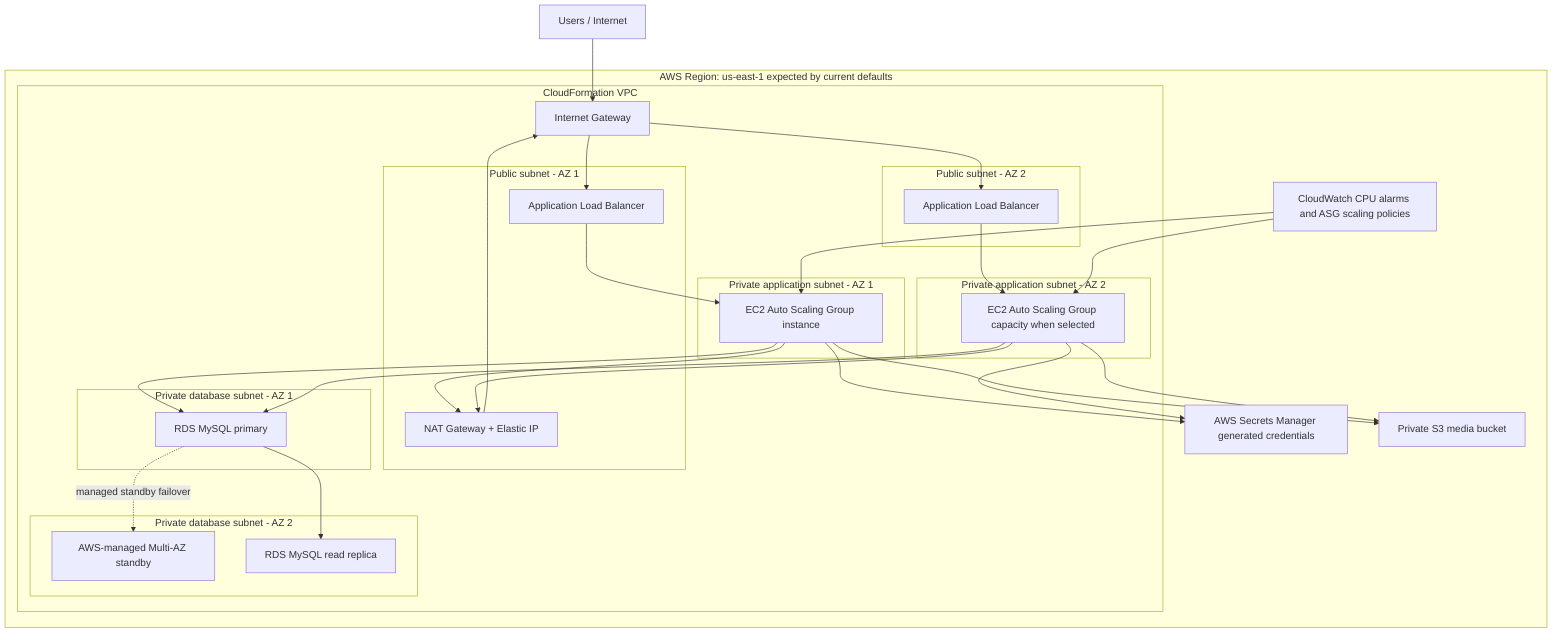
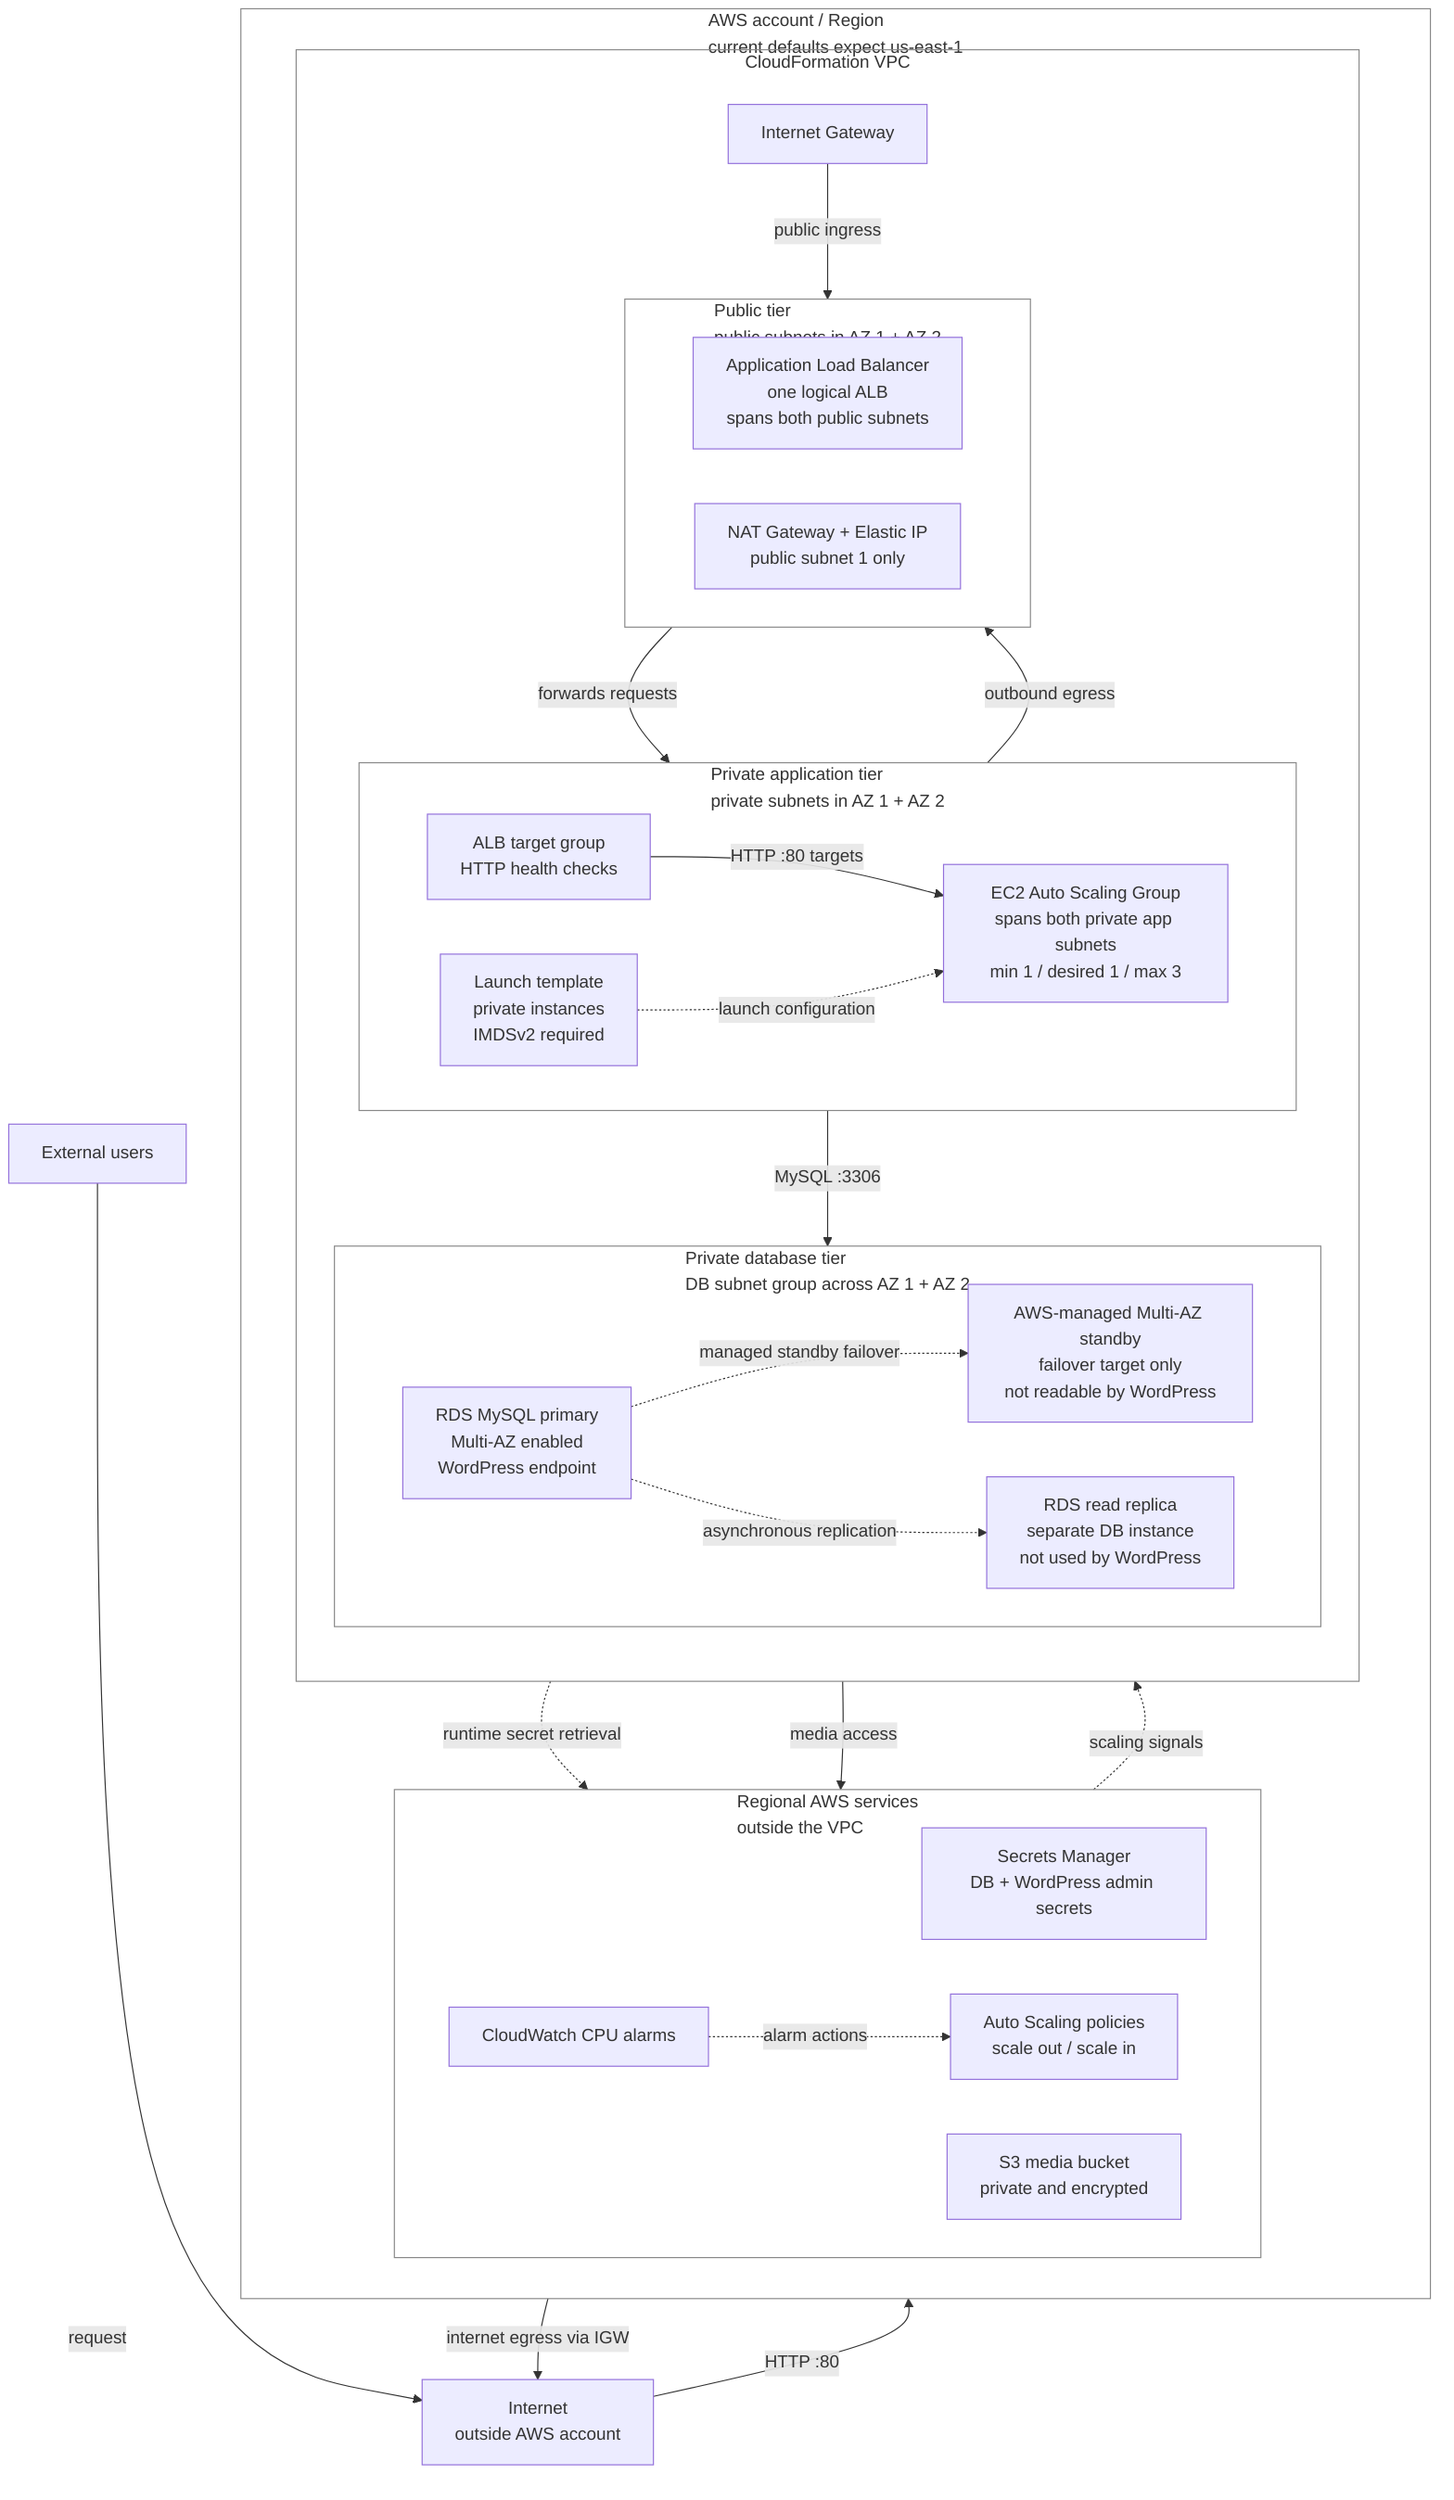
flowchart TB
-   Users["Users / Internet"]
+   Users["External users"]
+   Internet["Internet<br/>outside AWS account"]

-   subgraph AWS["AWS Region: us-east-1 expected by current defaults"]
+   subgraph AWS["AWS account / Region<br/>current defaults expect us-east-1"]
+     direction TB
+ 
+     subgraph Regional["Regional AWS services<br/>outside the VPC"]
+       direction LR
+       Secrets["Secrets Manager<br/>DB + WordPress admin secrets"]
+       S3["S3 media bucket<br/>private and encrypted"]
+       CloudWatch["CloudWatch CPU alarms"]
+       Scaling["Auto Scaling policies<br/>scale out / scale in"]
+     end
+ 
    subgraph VPC["CloudFormation VPC"]
+       direction TB
      IGW["Internet Gateway"]

-       subgraph PublicAZ1["Public subnet - AZ 1"]
-         ALB1["Application Load Balancer"]
-         NAT["NAT Gateway + Elastic IP"]
+       subgraph PublicTier["Public tier<br/>public subnets in AZ 1 + AZ 2"]
+         direction LR
+         ALB["Application Load Balancer<br/>one logical ALB<br/>spans both public subnets"]
+         NAT["NAT Gateway + Elastic IP<br/>public subnet 1 only"]
      end

-       subgraph PublicAZ2["Public subnet - AZ 2"]
-         ALB2["Application Load Balancer"]
+       subgraph AppTier["Private application tier<br/>private subnets in AZ 1 + AZ 2"]
+         direction LR
+         TargetGroup["ALB target group<br/>HTTP health checks"]
+         ASG["EC2 Auto Scaling Group<br/>spans both private app subnets<br/>min 1 / desired 1 / max 3"]
+         LaunchTemplate["Launch template<br/>private instances<br/>IMDSv2 required"]
      end

-       subgraph AppAZ1["Private application subnet - AZ 1"]
-         EC2A["EC2 Auto Scaling Group instance"]
-       end
- 
-       subgraph AppAZ2["Private application subnet - AZ 2"]
-         EC2B["EC2 Auto Scaling Group capacity when selected"]
-       end
- 
-       subgraph DBAZ1["Private database subnet - AZ 1"]
-         RDSPrimary["RDS MySQL primary"]
-       end
- 
-       subgraph DBAZ2["Private database subnet - AZ 2"]
-         RDSStandby["AWS-managed Multi-AZ standby"]
-         RDSReplica["RDS MySQL read replica"]
+       subgraph DataTier["Private database tier<br/>DB subnet group across AZ 1 + AZ 2"]
+         direction LR
+         RDSPrimary["RDS MySQL primary<br/>Multi-AZ enabled<br/>WordPress endpoint"]
+         RDSStandby["AWS-managed Multi-AZ standby<br/>failover target only<br/>not readable by WordPress"]
+         RDSReplica["RDS read replica<br/>separate DB instance<br/>not used by WordPress"]
      end
    end
- 
-     Secrets["AWS Secrets Manager generated credentials"]
-     S3["Private S3 media bucket"]
-     CW["CloudWatch CPU alarms and ASG scaling policies"]
  end

-   Users --> IGW
-   IGW --> ALB1
-   IGW --> ALB2
-   ALB1 --> EC2A
-   ALB2 --> EC2B
-   EC2A --> RDSPrimary
-   EC2B --> RDSPrimary
+   Users -->|"request"| Internet
+   Internet -->|"HTTP :80"| IGW
+   IGW -->|"public ingress"| ALB
+   ALB -->|"forwards requests"| TargetGroup
+   TargetGroup -->|"HTTP :80 targets"| ASG
+   LaunchTemplate -. "launch configuration" .-> ASG
+   ASG -->|"MySQL :3306"| RDSPrimary
+ 
  RDSPrimary -. "managed standby failover" .-> RDSStandby
-   RDSPrimary --> RDSReplica
-   EC2A --> Secrets
-   EC2B --> Secrets
-   EC2A --> S3
-   EC2B --> S3
-   EC2A --> NAT
-   EC2B --> NAT
-   NAT --> IGW
-   CW --> EC2A
-   CW --> EC2B
+   RDSPrimary -. "asynchronous replication" .-> RDSReplica
+   ASG -. "runtime secret retrieval" .-> Secrets
+   ASG -->|"media access"| S3
+   CloudWatch -. "alarm actions" .-> Scaling
+   Scaling -. "scaling signals" .-> ASG
+   ASG -->|"outbound egress"| NAT
+   NAT -->|"internet egress via IGW"| Internet
+ 
+   style AWS fill:transparent,stroke:#888888,stroke-width:1px
+   style Regional fill:transparent,stroke:#888888,stroke-width:1px
+   style VPC fill:transparent,stroke:#888888,stroke-width:1px
+   style PublicTier fill:transparent,stroke:#888888,stroke-width:1px
+   style AppTier fill:transparent,stroke:#888888,stroke-width:1px
+   style DataTier fill:transparent,stroke:#888888,stroke-width:1px
